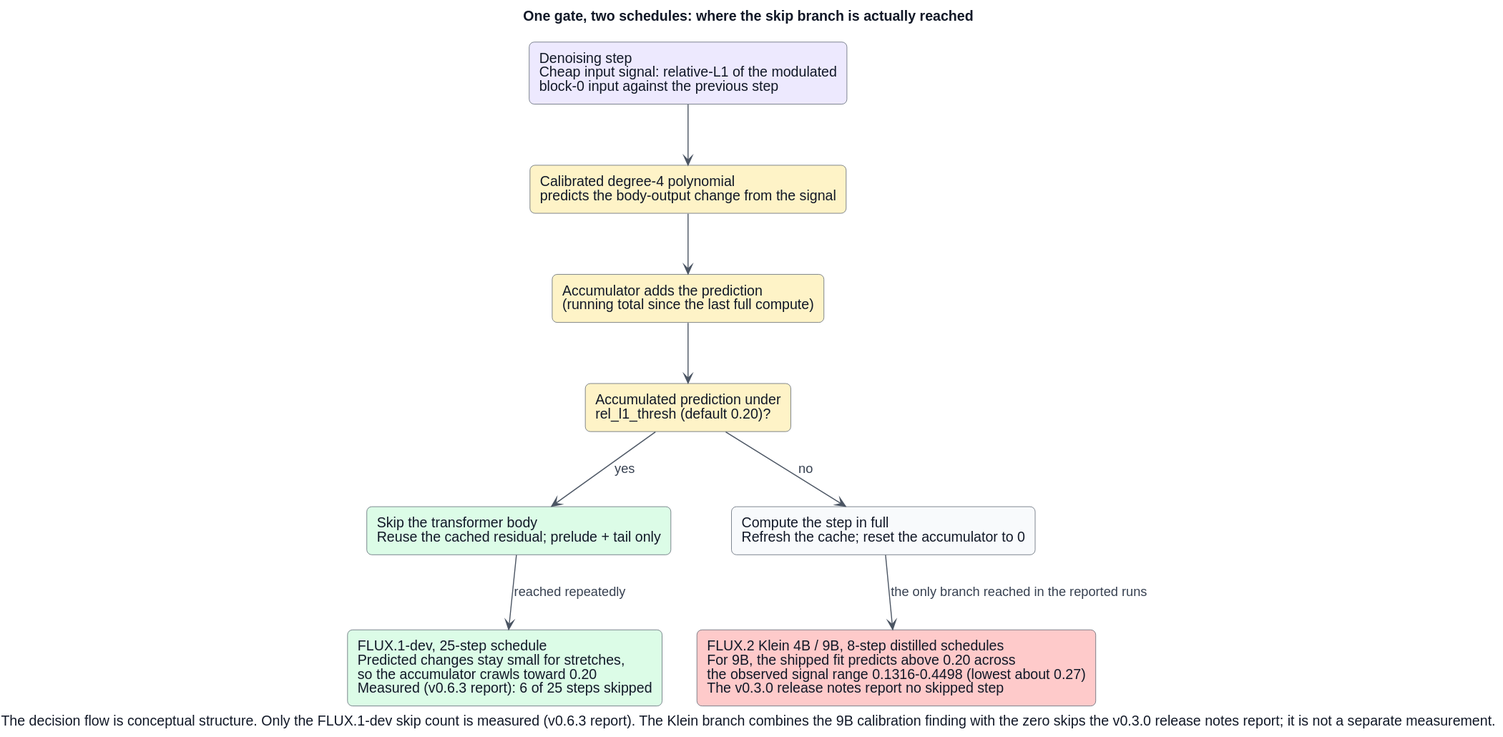
Earlier version of the PlantUML export docs/papers/diagrams/gate-engagement-two-schedules.svg (IonDen/mlx-teacache).
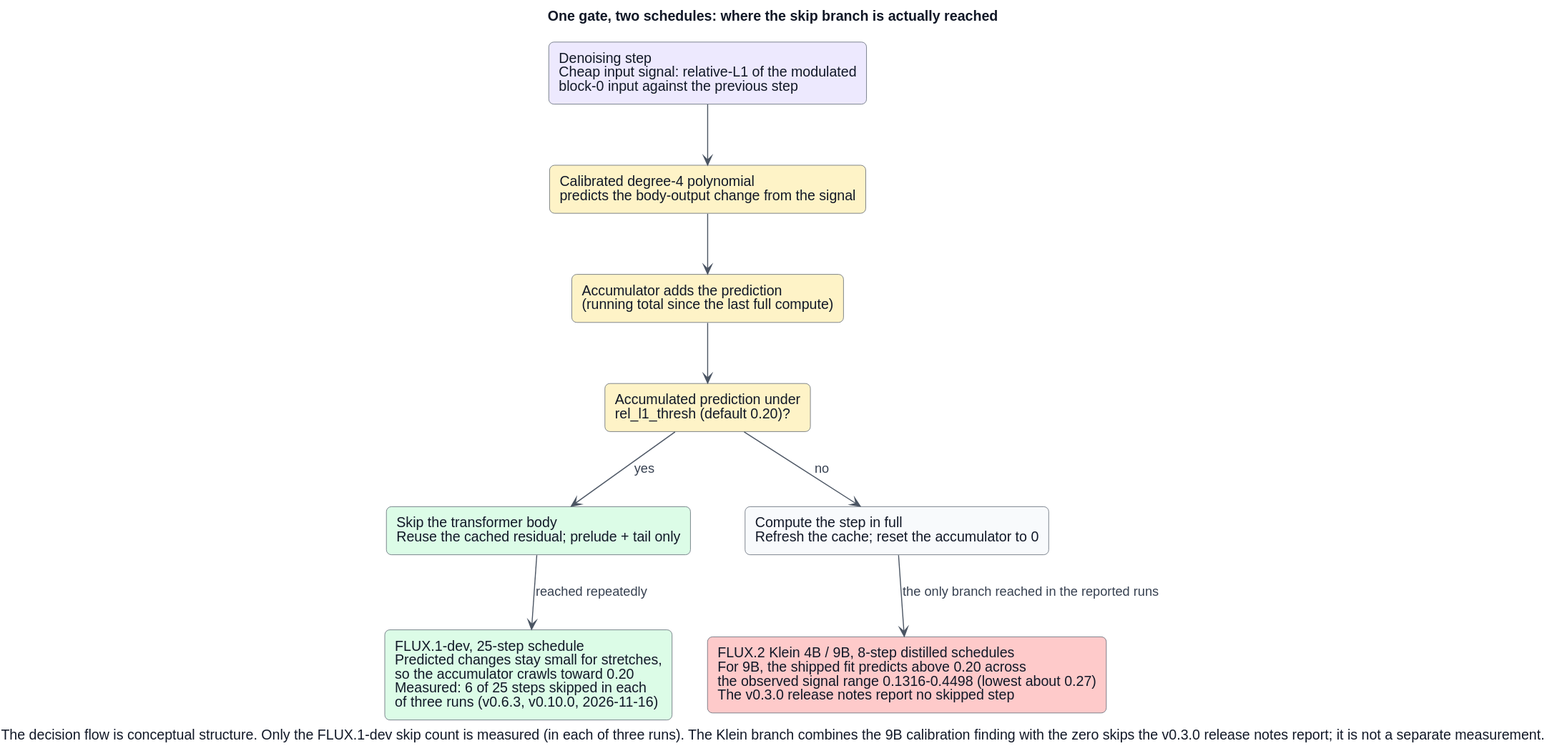
After the commit.

Commit message:
Give the gate paper's memory figures in GiB and state each record's gaps beside its figures (#124)

The withdrawn Klein base 9B run's cap and peak are now in GiB, the unit its script uses. The gaps of that record and of the v0.6.0 Klein base records are listed beside their figures, the 2026-11-16 FLUX.1-dev run gets its reproducer and kernel release, and the diagram names all three FLUX.1-dev runs. No number changed.

Change to the diagram source:
```diff
@@ -23,7 +23,7 @@
 rectangle "Skip the transformer body\nReuse the cached residual; prelude + tail only" as skip #DCFCE7
 rectangle "Compute the step in full\nRefresh the cache; reset the accumulator to 0" as compute #F8FAFC
 
-rectangle "FLUX.1-dev, 25-step schedule\nPredicted changes stay small for stretches,\nso the accumulator crawls toward 0.20\nMeasured (v0.6.3 report): 6 of 25 steps skipped" as dev #DCFCE7
+rectangle "FLUX.1-dev, 25-step schedule\nPredicted changes stay small for stretches,\nso the accumulator crawls toward 0.20\nMeasured: 6 of 25 steps skipped in each\nof three runs (v0.6.3, v0.10.0, 2026-11-16)" as dev #DCFCE7
 rectangle "FLUX.2 Klein 4B / 9B, 8-step distilled schedules\nFor 9B, the shipped fit predicts above 0.20 across\nthe observed signal range 0.1316-0.4498 (lowest about 0.27)\nThe v0.3.0 release notes report no skipped step" as klein #FECACA
 
 signal -down-> poly
@@ -34,5 +34,5 @@
 skip -down-> dev : reached repeatedly
 compute -down-> klein : the only branch reached in the reported runs
 
-caption The decision flow is conceptual structure. Only the FLUX.1-dev skip count is measured (v0.6.3 report). The Klein branch combines the 9B calibration finding with the zero skips the v0.3.0 release notes report; it is not a separate measurement.
+caption The decision flow is conceptual structure. Only the FLUX.1-dev skip count is measured (in each of three runs). The Klein branch combines the 9B calibration finding with the zero skips the v0.3.0 release notes report; it is not a separate measurement.
 @enduml
```
